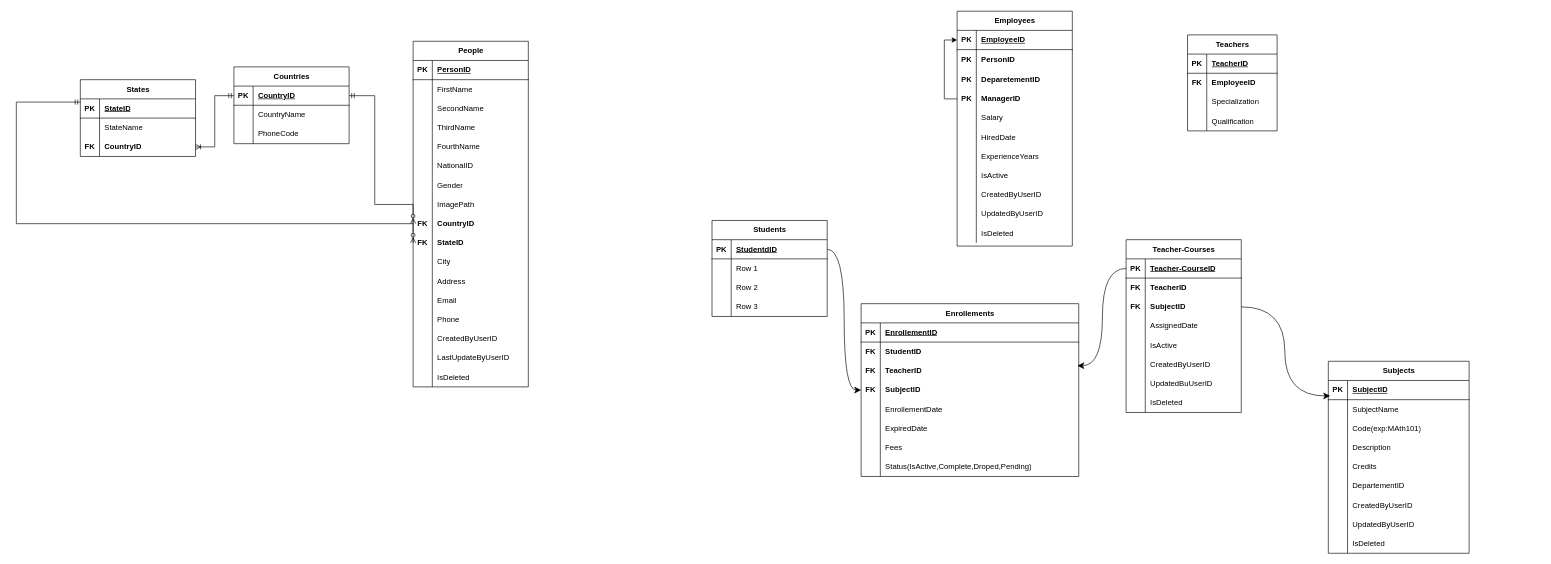
Earlier version of the draw.io diagram EducatioCenterDB.drawio (khalil98dev/EducationCenter). Source tidied: cells renumbered, new cells numbered last; positions are measured from the earlier drawing's top-left corner, leaving out a move shared by most shapes. Both pictures are drawn from the tidied source at 64%, with x=0, y=0 at pixel (16, 11).
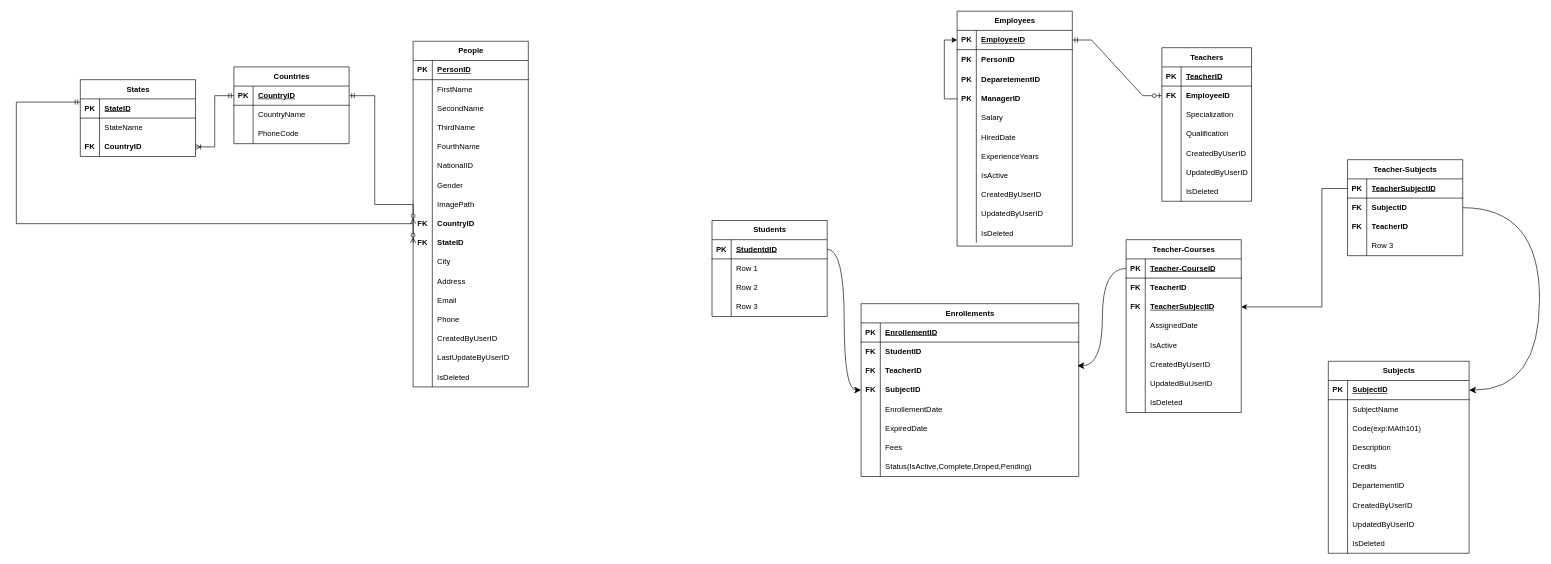
The same diagram, later.

Unchanged cells that the change refers to:
```xml
<mxCell id="98" style="shape=tableRow;horizontal=0;startSize=0;swimlaneHead=0;swimlaneBody=0;fillColor=none;points=[[0,0.5],[1,0.5]];portConstraint=eastwest;top=0;left=0;right=0;bottom=0;" parent="91" vertex="1">
  <mxGeometry y="90" width="180" height="30" as="geometry" />
</mxCell>
<mxCell id="117" style="shape=tableRow;horizontal=0;startSize=0;swimlaneHead=0;swimlaneBody=0;fillColor=none;points=[[0,0.5],[1,0.5]];portConstraint=eastwest;top=0;left=0;right=0;bottom=1;" parent="116" vertex="1">
  <mxGeometry y="30" width="220" height="30" as="geometry" />
</mxCell>
<mxCell id="145" style="shape=tableRow;horizontal=0;startSize=0;swimlaneHead=0;swimlaneBody=0;fillColor=none;points=[[0,0.5],[1,0.5]];portConstraint=eastwest;top=0;left=0;right=0;bottom=1;" parent="144" vertex="1">
  <mxGeometry y="30" width="180" height="30" as="geometry" />
</mxCell>
<mxCell id="207" style="shape=tableRow;horizontal=0;startSize=0;swimlaneHead=0;swimlaneBody=0;fillColor=none;points=[[0,0.5],[1,0.5]];portConstraint=eastwest;top=0;left=0;right=0;bottom=0;" parent="203" vertex="1">
  <mxGeometry y="60" width="140" height="30" as="geometry" />
</mxCell>
```

What changed in the source:
```diff
@@
-    <mxCell id="100" value="SubjectID" style="shape=partialRectangle;fillColor=none;top=0;left=0;bottom=0;right=0;align=left;spacingLeft=6;overflow=hidden;whiteSpace=wrap;html=1;fontStyle=1;" parent="98" vertex="1">
+    <mxCell id="100" value="&lt;span style=&quot;text-decoration-line: underline;&quot;&gt;TeacherSubjectID&lt;/span&gt;" style="shape=partialRectangle;fillColor=none;top=0;left=0;bottom=0;right=0;align=left;spacingLeft=6;overflow=hidden;whiteSpace=wrap;html=1;fontStyle=1;" parent="98" vertex="1">
       <mxGeometry x="30" width="150" height="30" as="geometry" />
     </mxCell>
@@
     <mxCell id="203" value="Teachers" style="shape=table;startSize=30;childLayout=tableLayout;rowLines=0;fontStyle=1;align=center;html=1;" parent="1" vertex="1">
-      <mxGeometry x="1830" y="37" width="140" height="150" as="geometry" />
+      <mxGeometry x="1790" y="57" width="140" height="240" as="geometry" />
     </mxCell>
@@
+    <mxCell id="219" style="shape=tableRow;horizontal=0;startSize=0;swimlaneHead=0;swimlaneBody=0;fillColor=none;top=0;left=0;right=0;bottom=0;" parent="203" vertex="1">
+      <mxGeometry y="150" width="140" height="30" as="geometry" />
+    </mxCell>
+    <mxCell id="220" style="shape=partialRectangle;fillColor=none;top=0;left=0;bottom=0;right=0;overflow=hidden;whiteSpace=wrap;html=1;" parent="219" vertex="1">
+      <mxGeometry width="30" height="30" as="geometry" />
+    </mxCell>
+    <mxCell id="221" value="&lt;div&gt;&lt;span style=&quot;background-color: transparent; color: light-dark(rgb(0, 0, 0), rgb(255, 255, 255));&quot;&gt;CreatedByUserID&lt;/span&gt;&lt;/div&gt;" style="shape=partialRectangle;fillColor=none;top=0;left=0;bottom=0;right=0;align=left;spacingLeft=6;overflow=hidden;whiteSpace=wrap;html=1;" parent="219" vertex="1">
+      <mxGeometry x="30" width="110" height="30" as="geometry" />
+    </mxCell>
+    <mxCell id="222" style="shape=tableRow;horizontal=0;startSize=0;swimlaneHead=0;swimlaneBody=0;fillColor=none;top=0;left=0;right=0;bottom=0;" parent="203" vertex="1">
+      <mxGeometry y="180" width="140" height="30" as="geometry" />
+    </mxCell>
+    <mxCell id="223" style="shape=partialRectangle;fillColor=none;top=0;left=0;bottom=0;right=0;overflow=hidden;whiteSpace=wrap;html=1;" parent="222" vertex="1">
+      <mxGeometry width="30" height="30" as="geometry" />
+    </mxCell>
+    <mxCell id="224" value="&lt;div&gt;&lt;span style=&quot;background-color: transparent; color: light-dark(rgb(0, 0, 0), rgb(255, 255, 255));&quot;&gt;UpdatedByUserID&lt;/span&gt;&lt;/div&gt;" style="shape=partialRectangle;fillColor=none;top=0;left=0;bottom=0;right=0;align=left;spacingLeft=6;overflow=hidden;whiteSpace=wrap;html=1;" parent="222" vertex="1">
+      <mxGeometry x="30" width="110" height="30" as="geometry" />
+    </mxCell>
+    <mxCell id="225" style="shape=tableRow;horizontal=0;startSize=0;swimlaneHead=0;swimlaneBody=0;fillColor=none;top=0;left=0;right=0;bottom=0;" parent="203" vertex="1">
+      <mxGeometry y="210" width="140" height="30" as="geometry" />
+    </mxCell>
+    <mxCell id="226" style="shape=partialRectangle;fillColor=none;top=0;left=0;bottom=0;right=0;overflow=hidden;whiteSpace=wrap;html=1;" parent="225" vertex="1">
+      <mxGeometry width="30" height="30" as="geometry" />
+    </mxCell>
+    <mxCell id="227" value="&lt;div&gt;&lt;span style=&quot;background-color: transparent; color: light-dark(rgb(0, 0, 0), rgb(255, 255, 255));&quot;&gt;IsDeleted&lt;/span&gt;&lt;/div&gt;" style="shape=partialRectangle;fillColor=none;top=0;left=0;bottom=0;right=0;align=left;spacingLeft=6;overflow=hidden;whiteSpace=wrap;html=1;" parent="225" vertex="1">
+      <mxGeometry x="30" width="110" height="30" as="geometry" />
+    </mxCell>
@@
-    <mxCell id="218" style="edgeStyle=orthogonalEdgeStyle;curved=1;rounded=0;jettySize=auto;html=1;entryX=0.013;entryY=0.803;entryDx=0;entryDy=0;entryPerimeter=0;fontSize=12;startSize=8;endSize=8;exitX=1;exitY=0.5;exitDx=0;exitDy=0;" parent="1" edge="1" source="98" target="117">
-      <mxGeometry relative="1" as="geometry" />
+    <mxCell id="218" style="edgeStyle=orthogonalEdgeStyle;curved=1;rounded=0;jettySize=auto;html=1;entryX=1;entryY=0.5;entryDx=0;entryDy=0;fontSize=12;startSize=8;endSize=8;exitX=1;exitY=0.5;exitDx=0;exitDy=0;" parent="1" edge="1" source="233" target="117">
+      <mxGeometry relative="1" as="geometry">
+        <Array as="points">
+          <mxPoint x="2380" y="307" />
+          <mxPoint x="2380" y="592" />
+        </Array>
+      </mxGeometry>
     </mxCell>
+    <mxCell id="228" style="edgeStyle=entityRelationEdgeStyle;rounded=0;jettySize=auto;html=1;entryX=1;entryY=0.5;entryDx=0;entryDy=0;endArrow=ERmandOne;endFill=0;startArrow=ERzeroToOne;startFill=0;" parent="1" edge="1" source="207" target="145">
+      <mxGeometry relative="1" as="geometry" />
+    </mxCell>
+    <mxCell id="229" value="Teacher-Subjects" style="shape=table;startSize=30;childLayout=tableLayout;rowLines=0;fontStyle=1;align=center;html=1;" parent="1" vertex="1">
+      <mxGeometry x="2080" y="232" width="180" height="150" as="geometry" />
+    </mxCell>
+    <mxCell id="230" style="shape=tableRow;horizontal=0;startSize=0;swimlaneHead=0;swimlaneBody=0;fillColor=none;points=[[0,0.5],[1,0.5]];portConstraint=eastwest;top=0;left=0;right=0;bottom=1;" parent="229" vertex="1">
+      <mxGeometry y="30" width="180" height="30" as="geometry" />
+    </mxCell>
+    <mxCell id="231" value="PK" style="shape=partialRectangle;fillColor=none;top=0;left=0;bottom=0;right=0;fontStyle=1;overflow=hidden;whiteSpace=wrap;html=1;" parent="230" vertex="1">
+      <mxGeometry width="30" height="30" as="geometry" />
+    </mxCell>
+    <mxCell id="232" value="TeacherSubjectID" style="shape=partialRectangle;fillColor=none;top=0;left=0;bottom=0;right=0;align=left;spacingLeft=6;fontStyle=5;overflow=hidden;whiteSpace=wrap;html=1;" parent="230" vertex="1">
+      <mxGeometry x="30" width="150" height="30" as="geometry" />
+    </mxCell>
+    <mxCell id="233" style="shape=tableRow;horizontal=0;startSize=0;swimlaneHead=0;swimlaneBody=0;fillColor=none;points=[[0,0.5],[1,0.5]];portConstraint=eastwest;top=0;left=0;right=0;bottom=0;" parent="229" vertex="1">
+      <mxGeometry y="60" width="180" height="30" as="geometry" />
+    </mxCell>
+    <mxCell id="234" value="FK" style="shape=partialRectangle;fillColor=none;top=0;left=0;bottom=0;right=0;overflow=hidden;whiteSpace=wrap;html=1;fontStyle=1;" parent="233" vertex="1">
+      <mxGeometry width="30" height="30" as="geometry" />
+    </mxCell>
+    <mxCell id="235" value="SubjectID" style="shape=partialRectangle;fillColor=none;top=0;left=0;bottom=0;right=0;align=left;spacingLeft=6;overflow=hidden;whiteSpace=wrap;html=1;fontStyle=1;" parent="233" vertex="1">
+      <mxGeometry x="30" width="150" height="30" as="geometry" />
+    </mxCell>
+    <mxCell id="236" style="shape=tableRow;horizontal=0;startSize=0;swimlaneHead=0;swimlaneBody=0;fillColor=none;top=0;left=0;right=0;bottom=0;" parent="229" vertex="1">
+      <mxGeometry y="90" width="180" height="30" as="geometry" />
+    </mxCell>
+    <mxCell id="237" value="FK" style="shape=partialRectangle;fillColor=none;top=0;left=0;bottom=0;right=0;overflow=hidden;whiteSpace=wrap;html=1;fontStyle=1;" parent="236" vertex="1">
+      <mxGeometry width="30" height="30" as="geometry" />
+    </mxCell>
+    <mxCell id="238" value="TeacherID" style="shape=partialRectangle;fillColor=none;top=0;left=0;bottom=0;right=0;align=left;spacingLeft=6;overflow=hidden;whiteSpace=wrap;html=1;fontStyle=1;" parent="236" vertex="1">
+      <mxGeometry x="30" width="150" height="30" as="geometry" />
+    </mxCell>
+    <mxCell id="239" style="shape=tableRow;horizontal=0;startSize=0;swimlaneHead=0;swimlaneBody=0;fillColor=none;top=0;left=0;right=0;bottom=0;" parent="229" vertex="1">
+      <mxGeometry y="120" width="180" height="30" as="geometry" />
+    </mxCell>
+    <mxCell id="240" style="shape=partialRectangle;fillColor=none;top=0;left=0;bottom=0;right=0;overflow=hidden;whiteSpace=wrap;html=1;" parent="239" vertex="1">
+      <mxGeometry width="30" height="30" as="geometry" />
+    </mxCell>
+    <mxCell id="241" value="Row 3" style="shape=partialRectangle;fillColor=none;top=0;left=0;bottom=0;right=0;align=left;spacingLeft=6;overflow=hidden;whiteSpace=wrap;html=1;" parent="239" vertex="1">
+      <mxGeometry x="30" width="150" height="30" as="geometry" />
+    </mxCell>
+    <mxCell id="242" style="edgeStyle=orthogonalEdgeStyle;rounded=0;jettySize=auto;html=1;entryX=1;entryY=0.5;entryDx=0;entryDy=0;" parent="1" edge="1" source="230" target="98">
+      <mxGeometry relative="1" as="geometry">
+        <Array as="points">
+          <mxPoint x="2040" y="277" />
+          <mxPoint x="2040" y="462" />
+        </Array>
+      </mxGeometry>
+    </mxCell>
```
